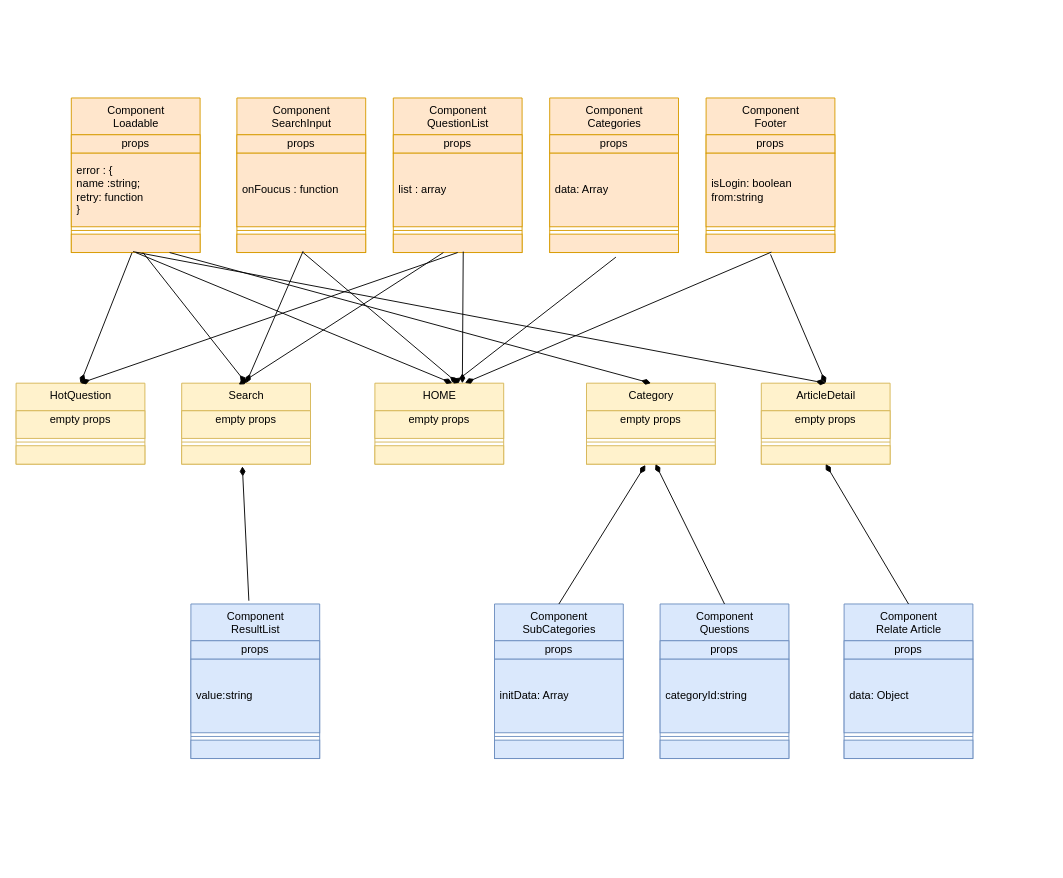
The draw.io diagram page "第 5 页" (5 of 5) of helpcenter.drawio in RexYao97/sfrex, before the edit. Source tidied: cells renumbered, new cells numbered last; positions are measured from the earlier drawing's top-left corner, leaving out a move shared by most shapes. Both pictures are drawn from the tidied source at 92%, with x=0, y=0 at pixel (16, 98).
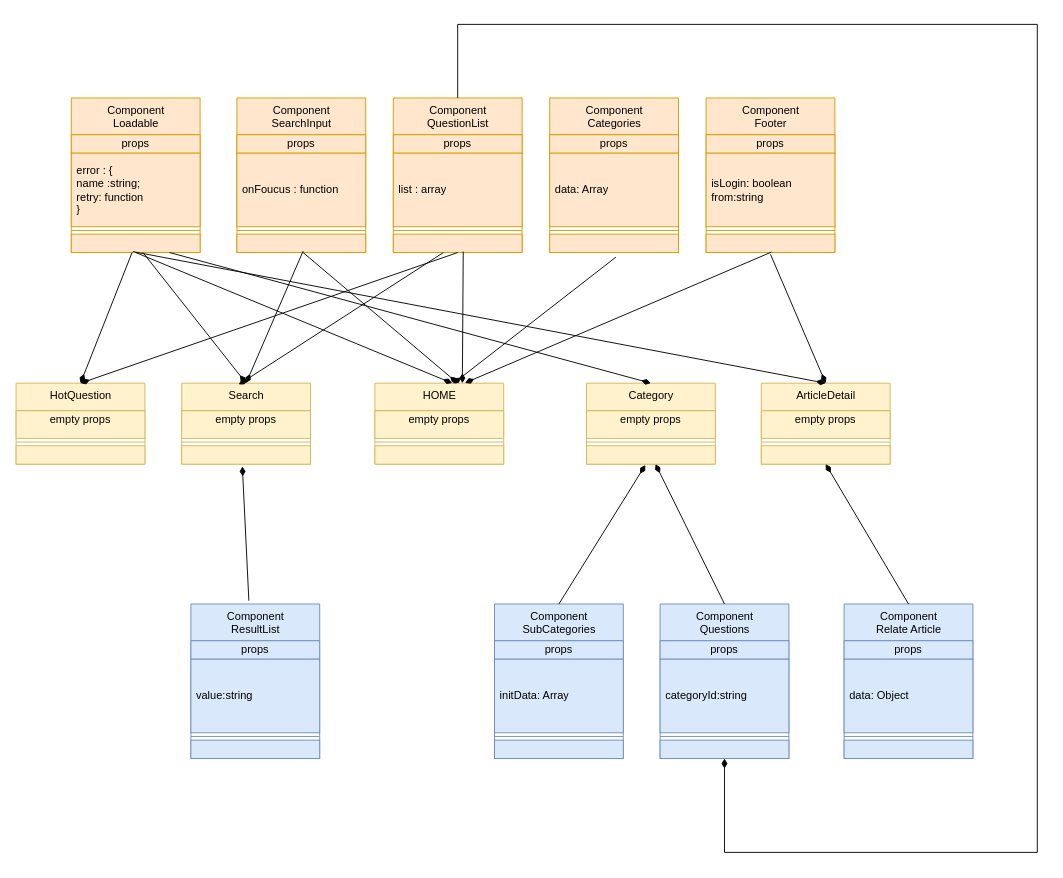
Above is the later version.

The change refers to these unchanged cells:
```xml
<mxCell id="18" value="Component&lt;br&gt;QuestionList" style="swimlane;fontStyle=0;align=center;verticalAlign=top;horizontal=1;startSize=40;html=1;fillColor=#ffe6cc;strokeColor=#d79b00;" parent="1" vertex="1">
  <mxGeometry x="410" width="140" height="168" as="geometry" />
</mxCell>
<mxCell id="45" value="Component&lt;br&gt;Questions" style="swimlane;fontStyle=0;align=center;verticalAlign=top;horizontal=1;startSize=40;html=1;fillColor=#dae8fc;strokeColor=#6c8ebf;" parent="1" vertex="1">
  <mxGeometry x="700" y="550" width="140" height="168" as="geometry" />
</mxCell>
```

What changed in the source:
```diff
@@
+    <mxCell id="84" style="endArrow=none;startArrow=diamondThin;endFill=0;startFill=1;html=1;verticalAlign=bottom;labelBackgroundColor=none;strokeWidth=1;startSize=8;endSize=8;rounded=0;exitX=0.5;exitY=1;exitDx=0;exitDy=0;entryX=0.5;entryY=0;entryDx=0;entryDy=0;" parent="1" edge="1" source="45" target="18">
+      <mxGeometry relative="1" as="geometry">
+        <Array as="points">
+          <mxPoint x="770" y="820" />
+          <mxPoint x="1110" y="820" />
+          <mxPoint x="1110" y="-80" />
+          <mxPoint x="480" y="-80" />
+        </Array>
+      </mxGeometry>
+    </mxCell>
```
